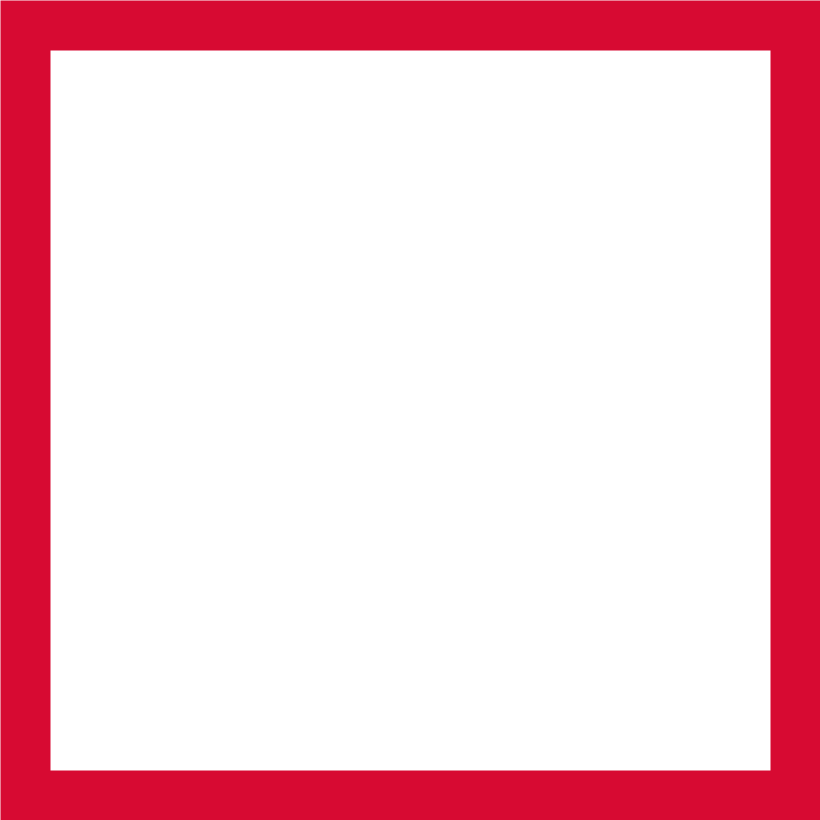
This is red_empty_square.png from FlavioLeccese92/icons, a draw.io export, as it was before one commit. Source tidied: cells renumbered, new cells last; positions are measured from the earlier drawing's top-left corner, leaving out a move shared by most shapes.
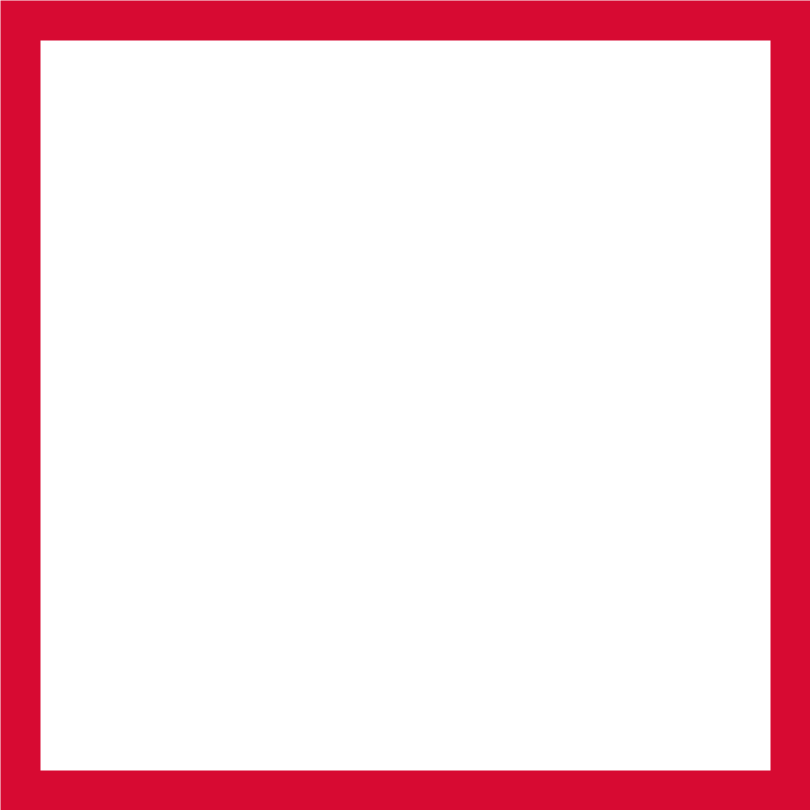
After the commit.

Diff of the diagram source:
```diff
@@ -2,7 +2,7 @@
   <root>
     <mxCell id="0" />
     <mxCell id="1" parent="0" />
-    <mxCell id="2" style="rounded=0;whiteSpace=wrap;html=1;fillColor=none;strokeColor=#D70A32;strokeWidth=50;" parent="1" vertex="1">
+    <mxCell id="2" style="rounded=0;whiteSpace=wrap;html=1;fillColor=none;strokeColor=#D70A32;strokeWidth=40;" parent="1" vertex="1">
       <mxGeometry width="770" height="770" as="geometry" />
     </mxCell>
   </root>
```
